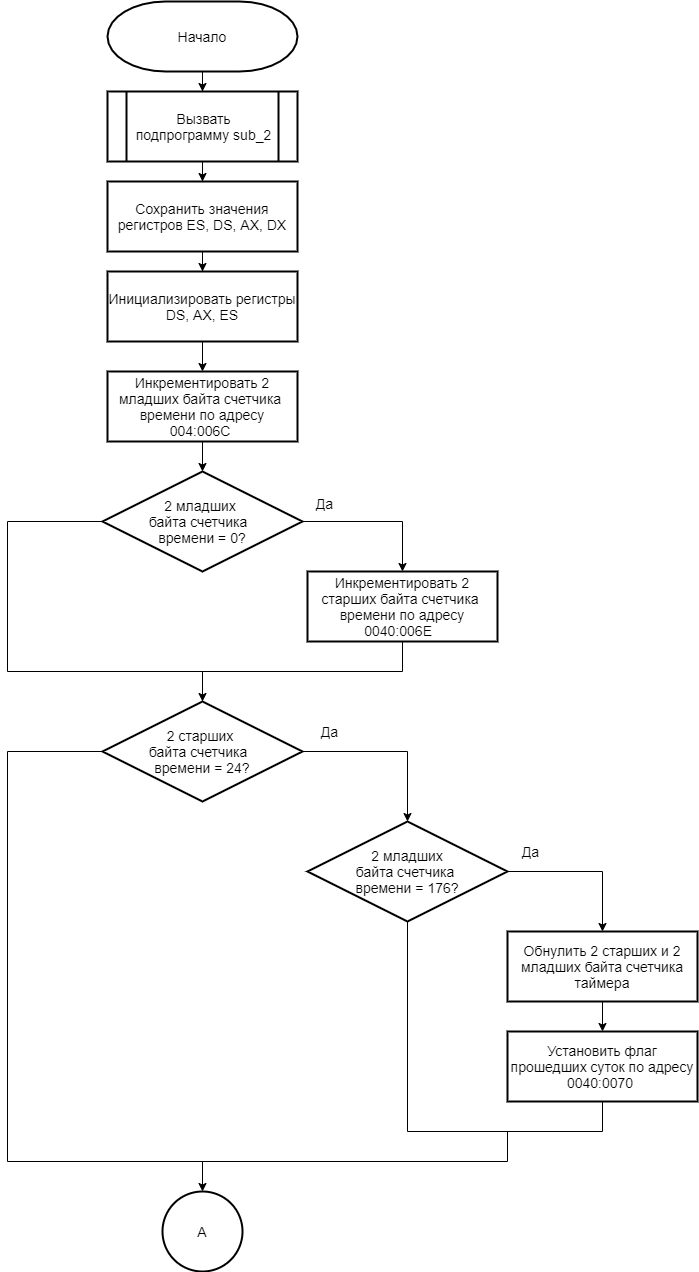
Before: lab1_1/выполнение/int8-Page-1.png, a diagram exported from draw.io (alena-zayts/BMSTU_5sem_operating_systems). Source tidied: cells renumbered, new cells last; positions are measured from the earlier drawing's top-left corner, leaving out a move shared by most shapes. Its diagram source:
```xml
<mxGraphModel>
  <root>
    <mxCell id="0" />
    <mxCell id="1" parent="0" />
    <mxCell id="2" style="edgeStyle=orthogonalEdgeStyle;rounded=0;jettySize=auto;html=1;entryX=0.5;entryY=0;entryDx=0;entryDy=0;" parent="1" edge="1" source="3" target="5">
      <mxGeometry relative="1" as="geometry" />
    </mxCell>
    <mxCell id="3" value="Начало" style="strokeWidth=2;html=1;shape=mxgraph.flowchart.terminator;whiteSpace=wrap;fontSize=14;fontFamily=Helvetica;" parent="1" vertex="1">
      <mxGeometry x="100" width="190" height="70" as="geometry" />
    </mxCell>
    <mxCell id="4" style="edgeStyle=orthogonalEdgeStyle;rounded=0;jettySize=auto;html=1;entryX=0.5;entryY=0;entryDx=0;entryDy=0;" parent="1" edge="1" source="5" target="7">
      <mxGeometry relative="1" as="geometry" />
    </mxCell>
    <mxCell id="5" value="Вызвать подпрограмму sub_2" style="shape=process;whiteSpace=wrap;html=1;backgroundOutline=1;strokeWidth=2;fontSize=14;" parent="1" vertex="1">
      <mxGeometry x="100" y="90" width="190" height="70" as="geometry" />
    </mxCell>
    <mxCell id="6" style="edgeStyle=orthogonalEdgeStyle;rounded=0;jettySize=auto;html=1;" parent="1" edge="1" source="7" target="9">
      <mxGeometry relative="1" as="geometry" />
    </mxCell>
    <mxCell id="7" value="Сохранить значения регистров ES, DS, AX, DX" style="rounded=0;whiteSpace=wrap;html=1;strokeWidth=2;fontSize=14;" parent="1" vertex="1">
      <mxGeometry x="100" y="180" width="190" height="70" as="geometry" />
    </mxCell>
    <mxCell id="8" style="edgeStyle=orthogonalEdgeStyle;rounded=0;jettySize=auto;html=1;entryX=0.5;entryY=0;entryDx=0;entryDy=0;" parent="1" edge="1" source="9" target="11">
      <mxGeometry relative="1" as="geometry" />
    </mxCell>
    <mxCell id="9" value="Инициализировать регистры DS, AX, ES" style="rounded=0;whiteSpace=wrap;html=1;strokeWidth=2;fontSize=14;" parent="1" vertex="1">
      <mxGeometry x="100" y="270" width="190" height="70" as="geometry" />
    </mxCell>
    <mxCell id="10" style="edgeStyle=orthogonalEdgeStyle;rounded=0;jettySize=auto;html=1;entryX=0.5;entryY=0;entryDx=0;entryDy=0;" parent="1" edge="1" source="11" target="15">
      <mxGeometry relative="1" as="geometry" />
    </mxCell>
    <mxCell id="11" value="Инкрементировать 2 младших байта счетчика&amp;nbsp; времени по адресу 004:006C&amp;nbsp;" style="rounded=0;whiteSpace=wrap;html=1;strokeWidth=2;fontSize=14;" parent="1" vertex="1">
      <mxGeometry x="100" y="370" width="190" height="70" as="geometry" />
    </mxCell>
    <mxCell id="12" style="edgeStyle=orthogonalEdgeStyle;rounded=0;jettySize=auto;html=1;entryX=0.5;entryY=0;entryDx=0;entryDy=0;" parent="1" edge="1" source="15" target="17">
      <mxGeometry relative="1" as="geometry" />
    </mxCell>
    <mxCell id="13" value="Да" style="edgeLabel;html=1;align=center;verticalAlign=middle;fontSize=14;" parent="12" vertex="1">
      <mxGeometry x="-0.69" y="2" relative="1" as="geometry">
        <mxPoint x="-3" y="-18" as="offset" />
      </mxGeometry>
    </mxCell>
    <mxCell id="14" style="edgeStyle=orthogonalEdgeStyle;rounded=0;jettySize=auto;html=1;fontSize=14;exitX=0;exitY=0.5;exitDx=0;exitDy=0;endArrow=none;endFill=0;" parent="1" edge="1" source="15">
      <mxGeometry relative="1" as="geometry">
        <mxPoint x="195" y="700" as="targetPoint" />
        <Array as="points">
          <mxPoint y="520" />
          <mxPoint y="670" />
          <mxPoint x="195" y="670" />
        </Array>
      </mxGeometry>
    </mxCell>
    <mxCell id="15" value="2 младших &lt;br&gt;байта счетчика&amp;nbsp; &lt;br&gt;времени = 0?" style="rhombus;whiteSpace=wrap;html=1;strokeWidth=2;fontSize=14;" parent="1" vertex="1">
      <mxGeometry x="95" y="470" width="200" height="100" as="geometry" />
    </mxCell>
    <mxCell id="16" style="edgeStyle=orthogonalEdgeStyle;rounded=0;jettySize=auto;html=1;exitX=0.5;exitY=1;exitDx=0;exitDy=0;entryX=0.5;entryY=0;entryDx=0;entryDy=0;fontSize=14;" parent="1" edge="1" source="17" target="20">
      <mxGeometry relative="1" as="geometry">
        <Array as="points">
          <mxPoint x="395" y="670" />
          <mxPoint x="195" y="670" />
        </Array>
      </mxGeometry>
    </mxCell>
    <mxCell id="17" value="Инкрементировать 2 старших байта счетчика&amp;nbsp; времени по адресу 0040:006E&amp;nbsp;&amp;nbsp;" style="rounded=0;whiteSpace=wrap;html=1;strokeWidth=2;fontSize=14;" parent="1" vertex="1">
      <mxGeometry x="300" y="570" width="190" height="70" as="geometry" />
    </mxCell>
    <mxCell id="18" value="Да" style="edgeStyle=orthogonalEdgeStyle;rounded=0;jettySize=auto;html=1;entryX=0.5;entryY=0;entryDx=0;entryDy=0;endArrow=classic;endFill=1;fontSize=14;" parent="1" edge="1" source="20" target="22">
      <mxGeometry x="-0.71" y="20" relative="1" as="geometry" />
    </mxCell>
    <mxCell id="19" style="edgeStyle=orthogonalEdgeStyle;rounded=0;jettySize=auto;html=1;exitX=0;exitY=0.5;exitDx=0;exitDy=0;endArrow=classic;endFill=1;fontSize=14;" parent="1" edge="1" source="20">
      <mxGeometry relative="1" as="geometry">
        <mxPoint x="195" y="1190" as="targetPoint" />
        <Array as="points">
          <mxPoint y="750" />
          <mxPoint y="1160" />
          <mxPoint x="195" y="1160" />
        </Array>
      </mxGeometry>
    </mxCell>
    <mxCell id="20" value="2 старших &lt;br&gt;байта счетчика&amp;nbsp; &lt;br&gt;времени = 24?" style="rhombus;whiteSpace=wrap;html=1;strokeWidth=2;fontSize=14;" parent="1" vertex="1">
      <mxGeometry x="95" y="700" width="200" height="100" as="geometry" />
    </mxCell>
    <mxCell id="21" style="edgeStyle=orthogonalEdgeStyle;rounded=0;jettySize=auto;html=1;exitX=0.5;exitY=1;exitDx=0;exitDy=0;entryX=0.5;entryY=1;entryDx=0;entryDy=0;endArrow=none;endFill=0;fontSize=14;" parent="1" edge="1" source="22" target="25">
      <mxGeometry relative="1" as="geometry">
        <Array as="points">
          <mxPoint x="400" y="1130" />
          <mxPoint x="595" y="1130" />
        </Array>
      </mxGeometry>
    </mxCell>
    <mxCell id="22" value="2 младших&lt;br&gt;&amp;nbsp;байта счетчика&amp;nbsp; &lt;br&gt;времени = 176?" style="rhombus;whiteSpace=wrap;html=1;strokeWidth=2;fontSize=14;" parent="1" vertex="1">
      <mxGeometry x="300" y="820" width="200" height="100" as="geometry" />
    </mxCell>
    <mxCell id="23" style="edgeStyle=orthogonalEdgeStyle;rounded=0;jettySize=auto;html=1;exitX=0.5;exitY=1;exitDx=0;exitDy=0;entryX=0.5;entryY=0;entryDx=0;entryDy=0;endArrow=classic;endFill=1;fontSize=14;" parent="1" edge="1" source="24" target="25">
      <mxGeometry relative="1" as="geometry" />
    </mxCell>
    <mxCell id="24" value="Обнулить 2 старших и 2 младших байта счетчика таймера" style="rounded=0;whiteSpace=wrap;html=1;strokeWidth=2;fontSize=14;" parent="1" vertex="1">
      <mxGeometry x="500" y="930" width="190" height="70" as="geometry" />
    </mxCell>
    <mxCell id="25" value="Установить флаг прошедших суток по адресу 0040:0070&amp;nbsp;" style="rounded=0;whiteSpace=wrap;html=1;strokeWidth=2;fontSize=14;" parent="1" vertex="1">
      <mxGeometry x="500" y="1030" width="190" height="70" as="geometry" />
    </mxCell>
    <mxCell id="26" value="Да" style="edgeStyle=orthogonalEdgeStyle;rounded=0;jettySize=auto;html=1;entryX=0.5;entryY=0;entryDx=0;entryDy=0;endArrow=classic;endFill=1;fontSize=14;exitX=1;exitY=0.5;exitDx=0;exitDy=0;" parent="1" edge="1" source="22" target="24">
      <mxGeometry x="-0.71" y="20" relative="1" as="geometry" />
    </mxCell>
    <mxCell id="27" style="edgeStyle=orthogonalEdgeStyle;rounded=0;orthogonalLoop=1;jettySize=auto;html=1;endArrow=none;endFill=0;fontSize=14;" parent="1" edge="1">
      <mxGeometry relative="1" as="geometry">
        <mxPoint x="190" y="1160" as="sourcePoint" />
        <mxPoint x="500" y="1130" as="targetPoint" />
        <Array as="points">
          <mxPoint x="500" y="1160" />
        </Array>
      </mxGeometry>
    </mxCell>
    <mxCell id="28" value="А" style="ellipse;whiteSpace=wrap;html=1;fontSize=14;strokeWidth=2;" parent="1" vertex="1">
      <mxGeometry x="155" y="1190" width="80" height="80" as="geometry" />
    </mxCell>
  </root>
</mxGraphModel>
```
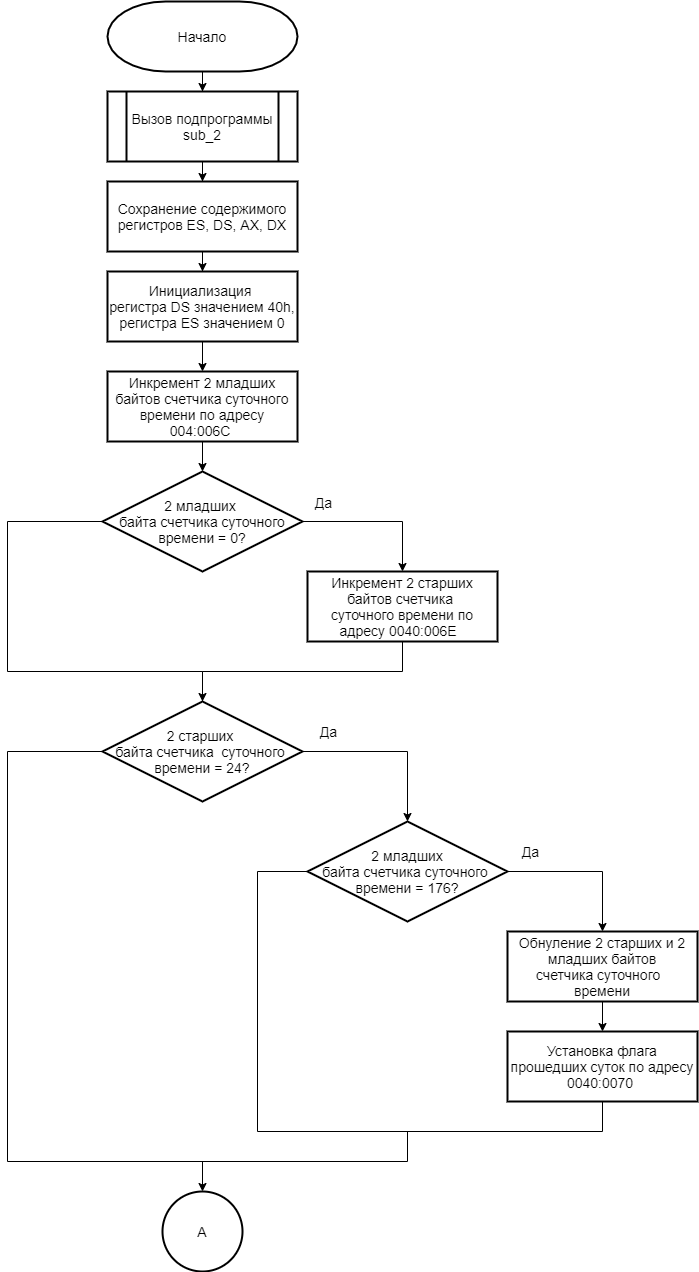
Above is the later version.

Diff of the diagram source:
```diff
@@ -11,25 +11,25 @@
     <mxCell id="4" style="edgeStyle=orthogonalEdgeStyle;rounded=0;jettySize=auto;html=1;entryX=0.5;entryY=0;entryDx=0;entryDy=0;" parent="1" edge="1" source="5" target="7">
       <mxGeometry relative="1" as="geometry" />
     </mxCell>
-    <mxCell id="5" value="Вызвать подпрограмму sub_2" style="shape=process;whiteSpace=wrap;html=1;backgroundOutline=1;strokeWidth=2;fontSize=14;" parent="1" vertex="1">
+    <mxCell id="5" value="Вызов подпрограммы sub_2" style="shape=process;whiteSpace=wrap;html=1;backgroundOutline=1;strokeWidth=2;fontSize=14;" parent="1" vertex="1">
       <mxGeometry x="100" y="90" width="190" height="70" as="geometry" />
     </mxCell>
     <mxCell id="6" style="edgeStyle=orthogonalEdgeStyle;rounded=0;jettySize=auto;html=1;" parent="1" edge="1" source="7" target="9">
       <mxGeometry relative="1" as="geometry" />
     </mxCell>
-    <mxCell id="7" value="Сохранить значения регистров ES, DS, AX, DX" style="rounded=0;whiteSpace=wrap;html=1;strokeWidth=2;fontSize=14;" parent="1" vertex="1">
+    <mxCell id="7" value="Сохранение содержимого регистров ES, DS, AX, DX" style="rounded=0;whiteSpace=wrap;html=1;strokeWidth=2;fontSize=14;" parent="1" vertex="1">
       <mxGeometry x="100" y="180" width="190" height="70" as="geometry" />
     </mxCell>
     <mxCell id="8" style="edgeStyle=orthogonalEdgeStyle;rounded=0;jettySize=auto;html=1;entryX=0.5;entryY=0;entryDx=0;entryDy=0;" parent="1" edge="1" source="9" target="11">
       <mxGeometry relative="1" as="geometry" />
     </mxCell>
-    <mxCell id="9" value="Инициализировать регистры DS, AX, ES" style="rounded=0;whiteSpace=wrap;html=1;strokeWidth=2;fontSize=14;" parent="1" vertex="1">
+    <mxCell id="9" value="Инициализация &lt;br&gt;регистра DS значением 40h, регистра ES значением 0" style="rounded=0;whiteSpace=wrap;html=1;strokeWidth=2;fontSize=14;" parent="1" vertex="1">
       <mxGeometry x="100" y="270" width="190" height="70" as="geometry" />
     </mxCell>
     <mxCell id="10" style="edgeStyle=orthogonalEdgeStyle;rounded=0;jettySize=auto;html=1;entryX=0.5;entryY=0;entryDx=0;entryDy=0;" parent="1" edge="1" source="11" target="15">
       <mxGeometry relative="1" as="geometry" />
     </mxCell>
-    <mxCell id="11" value="Инкрементировать 2 младших байта счетчика&amp;nbsp; времени по адресу 004:006C&amp;nbsp;" style="rounded=0;whiteSpace=wrap;html=1;strokeWidth=2;fontSize=14;" parent="1" vertex="1">
+    <mxCell id="11" value="Инкремент 2 младших байтов счетчика суточного времени по адресу 004:006C&amp;nbsp;" style="rounded=0;whiteSpace=wrap;html=1;strokeWidth=2;fontSize=14;" parent="1" vertex="1">
       <mxGeometry x="100" y="370" width="190" height="70" as="geometry" />
     </mxCell>
     <mxCell id="12" style="edgeStyle=orthogonalEdgeStyle;rounded=0;jettySize=auto;html=1;entryX=0.5;entryY=0;entryDx=0;entryDy=0;" parent="1" edge="1" source="15" target="17">
@@ -50,7 +50,7 @@
         </Array>
       </mxGeometry>
     </mxCell>
-    <mxCell id="15" value="2 младших &lt;br&gt;байта счетчика&amp;nbsp; &lt;br&gt;времени = 0?" style="rhombus;whiteSpace=wrap;html=1;strokeWidth=2;fontSize=14;" parent="1" vertex="1">
+    <mxCell id="15" value="2 младших &lt;br&gt;байта счетчика&amp;nbsp;суточного&lt;br&gt;времени = 0?" style="rhombus;whiteSpace=wrap;html=1;strokeWidth=2;fontSize=14;" parent="1" vertex="1">
       <mxGeometry x="95" y="470" width="200" height="100" as="geometry" />
     </mxCell>
     <mxCell id="16" style="edgeStyle=orthogonalEdgeStyle;rounded=0;jettySize=auto;html=1;exitX=0.5;exitY=1;exitDx=0;exitDy=0;entryX=0.5;entryY=0;entryDx=0;entryDy=0;fontSize=14;" parent="1" edge="1" source="17" target="20">
@@ -61,7 +61,7 @@
         </Array>
       </mxGeometry>
     </mxCell>
-    <mxCell id="17" value="Инкрементировать 2 старших байта счетчика&amp;nbsp; времени по адресу 0040:006E&amp;nbsp;&amp;nbsp;" style="rounded=0;whiteSpace=wrap;html=1;strokeWidth=2;fontSize=14;" parent="1" vertex="1">
+    <mxCell id="17" value="Инкремент 2 старших байтов счетчика&amp;nbsp;&lt;br&gt;суточного&amp;nbsp;времени по адресу 0040:006E&amp;nbsp;&amp;nbsp;" style="rounded=0;whiteSpace=wrap;html=1;strokeWidth=2;fontSize=14;" parent="1" vertex="1">
       <mxGeometry x="300" y="570" width="190" height="70" as="geometry" />
     </mxCell>
     <mxCell id="18" value="Да" style="edgeStyle=orthogonalEdgeStyle;rounded=0;jettySize=auto;html=1;entryX=0.5;entryY=0;entryDx=0;entryDy=0;endArrow=classic;endFill=1;fontSize=14;" parent="1" edge="1" source="20" target="22">
@@ -77,27 +77,28 @@
         </Array>
       </mxGeometry>
     </mxCell>
-    <mxCell id="20" value="2 старших &lt;br&gt;байта счетчика&amp;nbsp; &lt;br&gt;времени = 24?" style="rhombus;whiteSpace=wrap;html=1;strokeWidth=2;fontSize=14;" parent="1" vertex="1">
+    <mxCell id="20" value="2 старших &lt;br&gt;байта счетчика&amp;nbsp;&amp;nbsp;суточного&amp;nbsp;&lt;br&gt;времени = 24?" style="rhombus;whiteSpace=wrap;html=1;strokeWidth=2;fontSize=14;" parent="1" vertex="1">
       <mxGeometry x="95" y="700" width="200" height="100" as="geometry" />
     </mxCell>
-    <mxCell id="21" style="edgeStyle=orthogonalEdgeStyle;rounded=0;jettySize=auto;html=1;exitX=0.5;exitY=1;exitDx=0;exitDy=0;entryX=0.5;entryY=1;entryDx=0;entryDy=0;endArrow=none;endFill=0;fontSize=14;" parent="1" edge="1" source="22" target="25">
+    <mxCell id="21" style="edgeStyle=orthogonalEdgeStyle;rounded=0;jettySize=auto;html=1;exitX=0;exitY=0.5;exitDx=0;exitDy=0;entryX=0.5;entryY=1;entryDx=0;entryDy=0;endArrow=none;endFill=0;fontSize=14;" parent="1" edge="1" source="22" target="25">
       <mxGeometry relative="1" as="geometry">
         <Array as="points">
-          <mxPoint x="400" y="1130" />
+          <mxPoint x="250" y="870" />
+          <mxPoint x="250" y="1130" />
           <mxPoint x="595" y="1130" />
         </Array>
       </mxGeometry>
     </mxCell>
-    <mxCell id="22" value="2 младших&lt;br&gt;&amp;nbsp;байта счетчика&amp;nbsp; &lt;br&gt;времени = 176?" style="rhombus;whiteSpace=wrap;html=1;strokeWidth=2;fontSize=14;" parent="1" vertex="1">
+    <mxCell id="22" value="2 младших&lt;br&gt;&amp;nbsp;байта счетчика&amp;nbsp;суточного&amp;nbsp;&amp;nbsp;&lt;br&gt;времени = 176?" style="rhombus;whiteSpace=wrap;html=1;strokeWidth=2;fontSize=14;" parent="1" vertex="1">
       <mxGeometry x="300" y="820" width="200" height="100" as="geometry" />
     </mxCell>
     <mxCell id="23" style="edgeStyle=orthogonalEdgeStyle;rounded=0;jettySize=auto;html=1;exitX=0.5;exitY=1;exitDx=0;exitDy=0;entryX=0.5;entryY=0;entryDx=0;entryDy=0;endArrow=classic;endFill=1;fontSize=14;" parent="1" edge="1" source="24" target="25">
       <mxGeometry relative="1" as="geometry" />
     </mxCell>
-    <mxCell id="24" value="Обнулить 2 старших и 2 младших байта счетчика таймера" style="rounded=0;whiteSpace=wrap;html=1;strokeWidth=2;fontSize=14;" parent="1" vertex="1">
+    <mxCell id="24" value="Обнуление 2 старших и 2 младших байтов счетчика&amp;nbsp;суточного&amp;nbsp;&amp;nbsp;&lt;br&gt;времени" style="rounded=0;whiteSpace=wrap;html=1;strokeWidth=2;fontSize=14;" parent="1" vertex="1">
       <mxGeometry x="500" y="930" width="190" height="70" as="geometry" />
     </mxCell>
-    <mxCell id="25" value="Установить флаг прошедших суток по адресу 0040:0070&amp;nbsp;" style="rounded=0;whiteSpace=wrap;html=1;strokeWidth=2;fontSize=14;" parent="1" vertex="1">
+    <mxCell id="25" value="Установка флага прошедших суток по адресу 0040:0070&amp;nbsp;" style="rounded=0;whiteSpace=wrap;html=1;strokeWidth=2;fontSize=14;" parent="1" vertex="1">
       <mxGeometry x="500" y="1030" width="190" height="70" as="geometry" />
     </mxCell>
     <mxCell id="26" value="Да" style="edgeStyle=orthogonalEdgeStyle;rounded=0;jettySize=auto;html=1;entryX=0.5;entryY=0;entryDx=0;entryDy=0;endArrow=classic;endFill=1;fontSize=14;exitX=1;exitY=0.5;exitDx=0;exitDy=0;" parent="1" edge="1" source="22" target="24">
@@ -106,9 +107,10 @@
     <mxCell id="27" style="edgeStyle=orthogonalEdgeStyle;rounded=0;orthogonalLoop=1;jettySize=auto;html=1;endArrow=none;endFill=0;fontSize=14;" parent="1" edge="1">
       <mxGeometry relative="1" as="geometry">
         <mxPoint x="190" y="1160" as="sourcePoint" />
-        <mxPoint x="500" y="1130" as="targetPoint" />
+        <mxPoint x="400" y="1130" as="targetPoint" />
         <Array as="points">
-          <mxPoint x="500" y="1160" />
+          <mxPoint x="400" y="1160" />
+          <mxPoint x="400" y="1130" />
         </Array>
       </mxGeometry>
     </mxCell>
```
